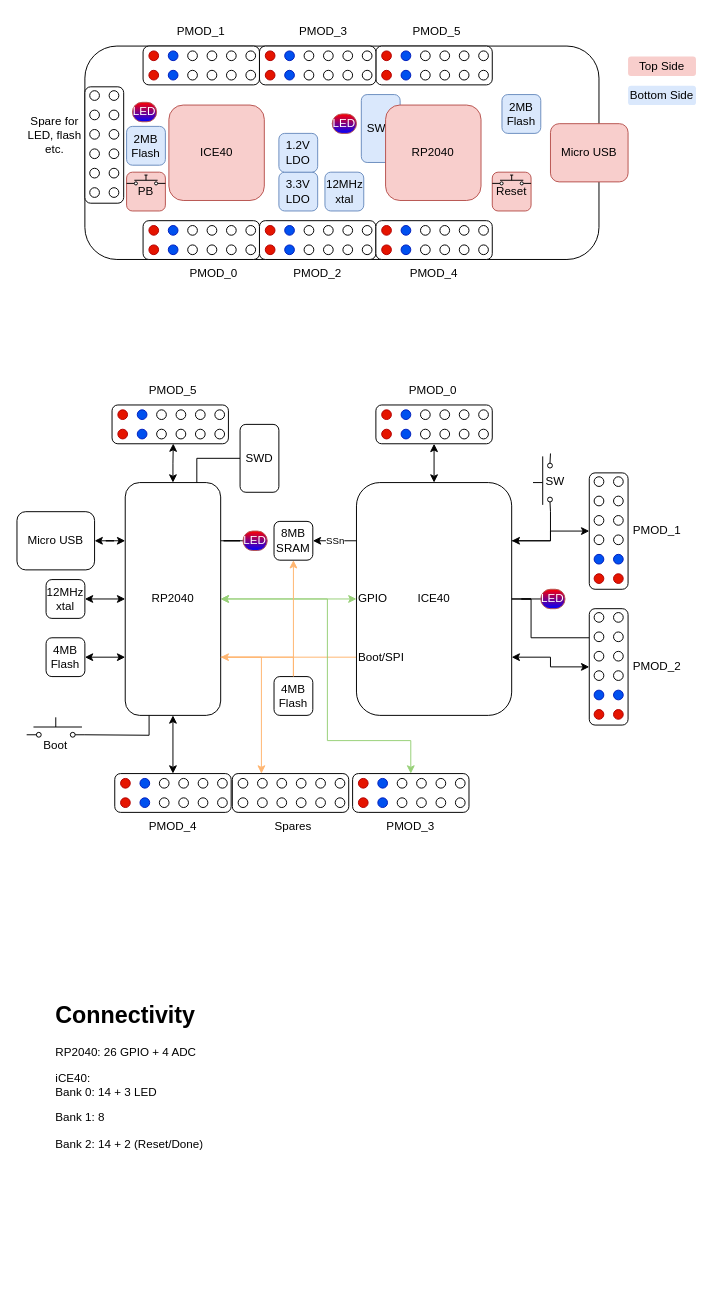
Before: Docs/pico_ice.drawio in tinyvision-ai-inc/pico-ice, a draw.io diagram. Source tidied: cells renumbered, new cells numbered last; positions are measured from the earlier drawing's top-left corner, leaving out a move shared by most shapes. Both pictures are drawn from the tidied source at 97%, with x=0, y=0 at pixel (16, 16).
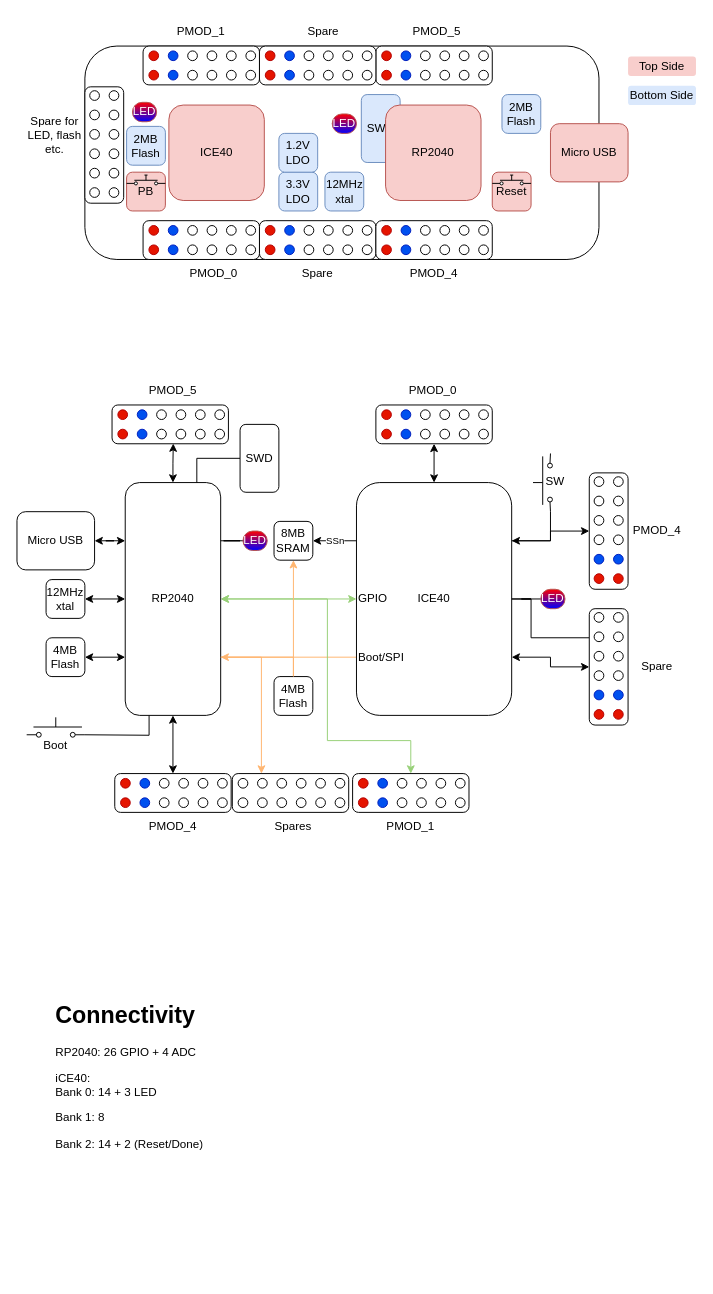
Above is the later version.

Commit message (it also covers changes not shown here):
Added block diagram and rendering files. Changed layers for logo and board name to be the mask layer

What changed in the source:
```diff
@@
-    <mxCell id="221" value="PMOD_3" style="text;html=1;strokeColor=none;fillColor=none;align=center;verticalAlign=middle;whiteSpace=wrap;rounded=0;fontColor=#000000;" parent="1" vertex="1">
+    <mxCell id="221" value="PMOD_1" style="text;html=1;strokeColor=none;fillColor=none;align=center;verticalAlign=middle;whiteSpace=wrap;rounded=0;fontColor=#000000;" parent="1" vertex="1">
       <mxGeometry x="376" y="820" width="60" height="30" as="geometry" />
     </mxCell>
@@
-    <mxCell id="225" value="PMOD_1" style="text;html=1;strokeColor=none;fillColor=none;align=center;verticalAlign=middle;whiteSpace=wrap;rounded=0;fontColor=#000000;" parent="1" vertex="1">
+    <mxCell id="225" value="PMOD_4" style="text;html=1;strokeColor=none;fillColor=none;align=center;verticalAlign=middle;whiteSpace=wrap;rounded=0;fontColor=#000000;" parent="1" vertex="1">
       <mxGeometry x="630" y="515" width="60" height="30" as="geometry" />
     </mxCell>
-    <mxCell id="226" value="PMOD_2" style="text;html=1;strokeColor=none;fillColor=none;align=center;verticalAlign=middle;whiteSpace=wrap;rounded=0;fontColor=#000000;" parent="1" vertex="1">
+    <mxCell id="226" value="Spare" style="text;html=1;strokeColor=none;fillColor=none;align=center;verticalAlign=middle;whiteSpace=wrap;rounded=0;fontColor=#000000;" parent="1" vertex="1">
       <mxGeometry x="630" y="655" width="60" height="30" as="geometry" />
     </mxCell>
@@
-    <mxCell id="243" value="PMOD_2" style="text;html=1;strokeColor=none;fillColor=none;align=center;verticalAlign=middle;whiteSpace=wrap;rounded=0;fontColor=#000000;" parent="1" vertex="1">
+    <mxCell id="243" value="Spare" style="text;html=1;strokeColor=none;fillColor=none;align=center;verticalAlign=middle;whiteSpace=wrap;rounded=0;fontColor=#000000;" parent="1" vertex="1">
       <mxGeometry x="280" y="250" width="60" height="30" as="geometry" />
     </mxCell>
-    <mxCell id="244" value="PMOD_3" style="text;html=1;strokeColor=none;fillColor=none;align=center;verticalAlign=middle;whiteSpace=wrap;rounded=0;fontColor=#000000;" parent="1" vertex="1">
+    <mxCell id="244" value="Spare" style="text;html=1;strokeColor=none;fillColor=none;align=center;verticalAlign=middle;whiteSpace=wrap;rounded=0;fontColor=#000000;" parent="1" vertex="1">
       <mxGeometry x="286" width="60" height="30" as="geometry" />
     </mxCell>
```
